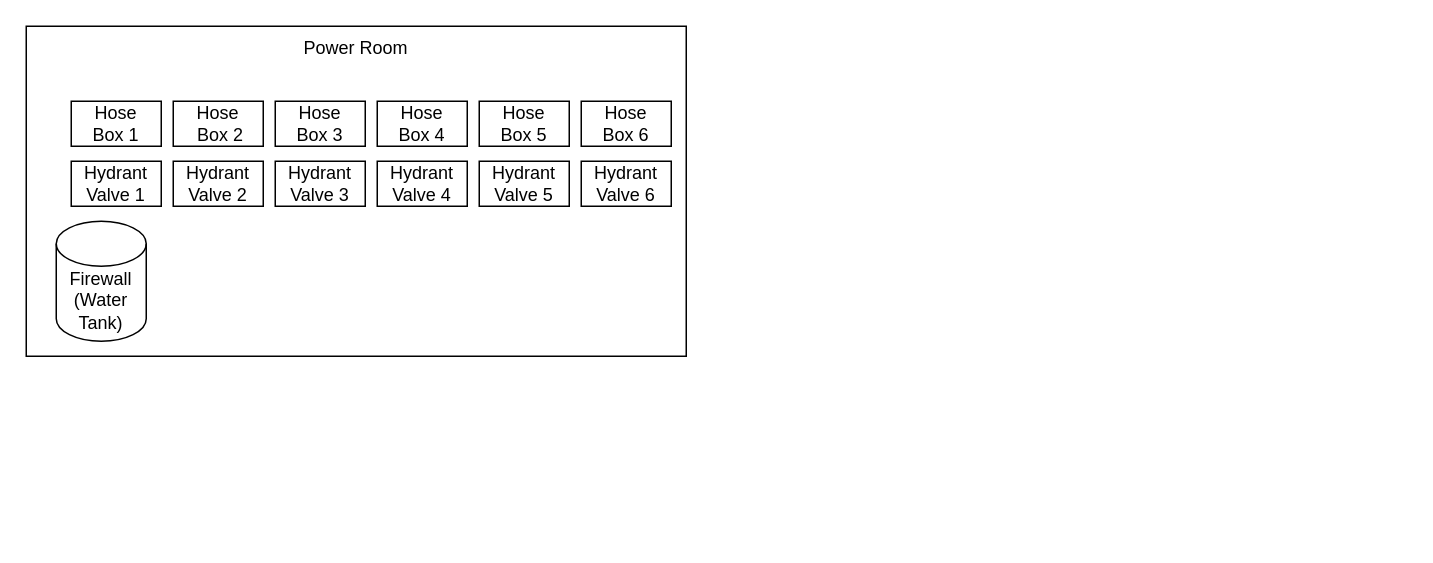
Before: Untitled Diagram.drawio in mijinc/Systems-Engineering, a draw.io diagram. Source tidied: cells renumbered, new cells numbered last; positions are measured from the earlier drawing's top-left corner, leaving out a move shared by most shapes. Both pictures are drawn from the tidied source at 150%, with x=0, y=0 at pixel (26, 26).
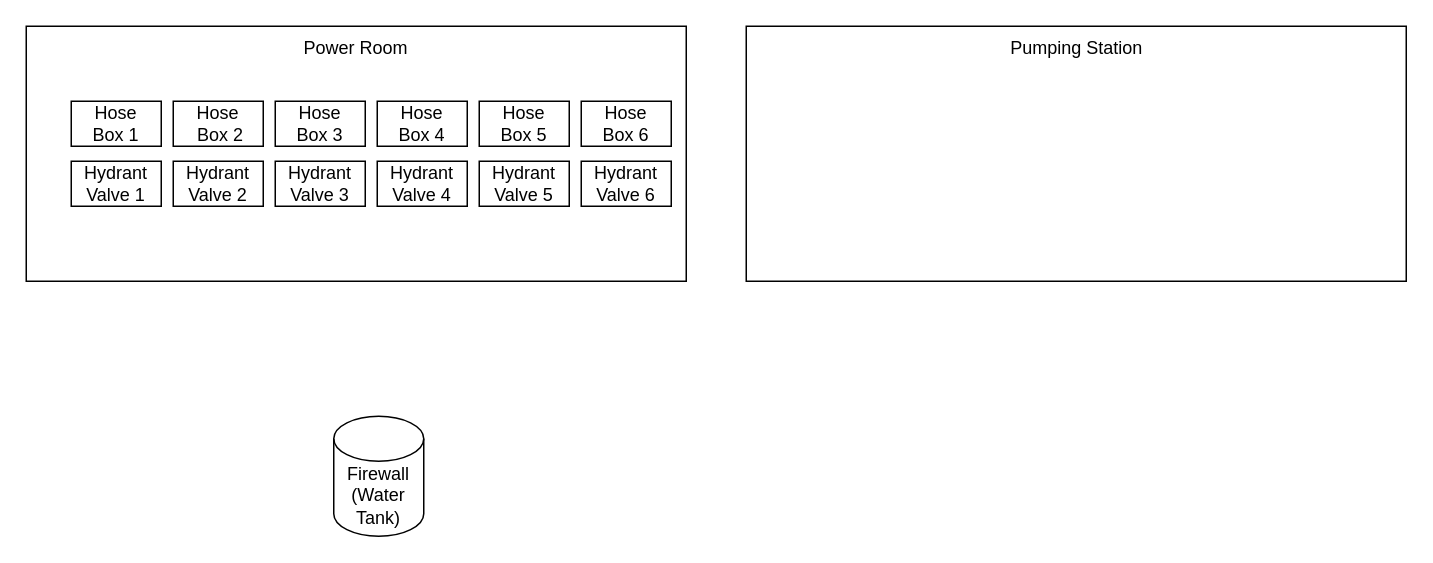
The same page after the edit.

Change to the diagram source:
```diff
@@
 <mxGraphModel>
   <root>
     <mxCell id="0" />
     <mxCell id="1" parent="0" />
     <mxCell id="2" style="rounded=0;whiteSpace=wrap;html=1;" parent="1" vertex="1">
-      <mxGeometry width="440" height="220" as="geometry" />
+      <mxGeometry width="440" height="170" as="geometry" />
     </mxCell>
     <mxCell id="3" value="Firewall&lt;br&gt;(Water&lt;br&gt;Tank)" style="shape=cylinder3;whiteSpace=wrap;html=1;boundedLbl=1;backgroundOutline=1;size=15;" parent="1" vertex="1">
-      <mxGeometry x="20" y="130" width="60" height="80" as="geometry" />
+      <mxGeometry x="205" y="260" width="60" height="80" as="geometry" />
     </mxCell>
     <mxCell id="4" value="Power Room" style="text;html=1;strokeColor=none;fillColor=none;align=center;verticalAlign=middle;whiteSpace=wrap;rounded=0;" parent="1" vertex="1">
       <mxGeometry x="175" width="90" height="30" as="geometry" />
     </mxCell>
     <mxCell id="5" value="Hydrant Valve 1" style="rounded=0;whiteSpace=wrap;html=1;flipH=1;" parent="1" vertex="1">
       <mxGeometry x="30" y="90" width="60" height="30" as="geometry" />
     </mxCell>
     <mxCell id="6" value="Hydrant Valve 2" style="rounded=0;whiteSpace=wrap;html=1;flipH=1;" parent="1" vertex="1">
       <mxGeometry x="98" y="90" width="60" height="30" as="geometry" />
     </mxCell>
     <mxCell id="7" value="Hydrant Valve 3" style="rounded=0;whiteSpace=wrap;html=1;flipH=1;" parent="1" vertex="1">
       <mxGeometry x="166" y="90" width="60" height="30" as="geometry" />
     </mxCell>
     <mxCell id="8" value="Hydrant Valve 4" style="rounded=0;whiteSpace=wrap;html=1;flipH=1;" parent="1" vertex="1">
       <mxGeometry x="234" y="90" width="60" height="30" as="geometry" />
     </mxCell>
     <mxCell id="9" value="Hydrant Valve 5" style="rounded=0;whiteSpace=wrap;html=1;flipH=1;" parent="1" vertex="1">
       <mxGeometry x="302" y="90" width="60" height="30" as="geometry" />
     </mxCell>
     <mxCell id="10" value="Hydrant Valve 6" style="rounded=0;whiteSpace=wrap;html=1;flipH=1;" parent="1" vertex="1">
       <mxGeometry x="370" y="90" width="60" height="30" as="geometry" />
     </mxCell>
     <mxCell id="11" value="Hose &lt;br&gt;Box 1" style="rounded=0;whiteSpace=wrap;html=1;flipH=1;" parent="1" vertex="1">
       <mxGeometry x="30" y="50" width="60" height="30" as="geometry" />
     </mxCell>
     <mxCell id="12" value="Hose&lt;br&gt;&amp;nbsp;Box 2" style="rounded=0;whiteSpace=wrap;html=1;flipH=1;" parent="1" vertex="1">
       <mxGeometry x="98" y="50" width="60" height="30" as="geometry" />
     </mxCell>
     <mxCell id="13" value="Hose Box&amp;nbsp;3" style="rounded=0;whiteSpace=wrap;html=1;flipH=1;" parent="1" vertex="1">
       <mxGeometry x="166" y="50" width="60" height="30" as="geometry" />
     </mxCell>
     <mxCell id="14" value="Hose Box&amp;nbsp;4" style="rounded=0;whiteSpace=wrap;html=1;flipH=1;" parent="1" vertex="1">
       <mxGeometry x="234" y="50" width="60" height="30" as="geometry" />
     </mxCell>
     <mxCell id="15" value="Hose Box&amp;nbsp;5" style="rounded=0;whiteSpace=wrap;html=1;flipH=1;" parent="1" vertex="1">
       <mxGeometry x="302" y="50" width="60" height="30" as="geometry" />
     </mxCell>
     <mxCell id="16" value="Hose Box&amp;nbsp;6" style="rounded=0;whiteSpace=wrap;html=1;flipH=1;" parent="1" vertex="1">
       <mxGeometry x="370" y="50" width="60" height="30" as="geometry" />
     </mxCell>
+    <mxCell id="17" style="rounded=0;whiteSpace=wrap;html=1;" parent="1" vertex="1">
+      <mxGeometry x="480" width="440" height="170" as="geometry" />
+    </mxCell>
+    <mxCell id="18" value="Pumping Station" style="text;html=1;strokeColor=none;fillColor=none;align=center;verticalAlign=middle;whiteSpace=wrap;rounded=0;" parent="1" vertex="1">
+      <mxGeometry x="642.5" width="115" height="30" as="geometry" />
+    </mxCell>
   </root>
 </mxGraphModel>
```
